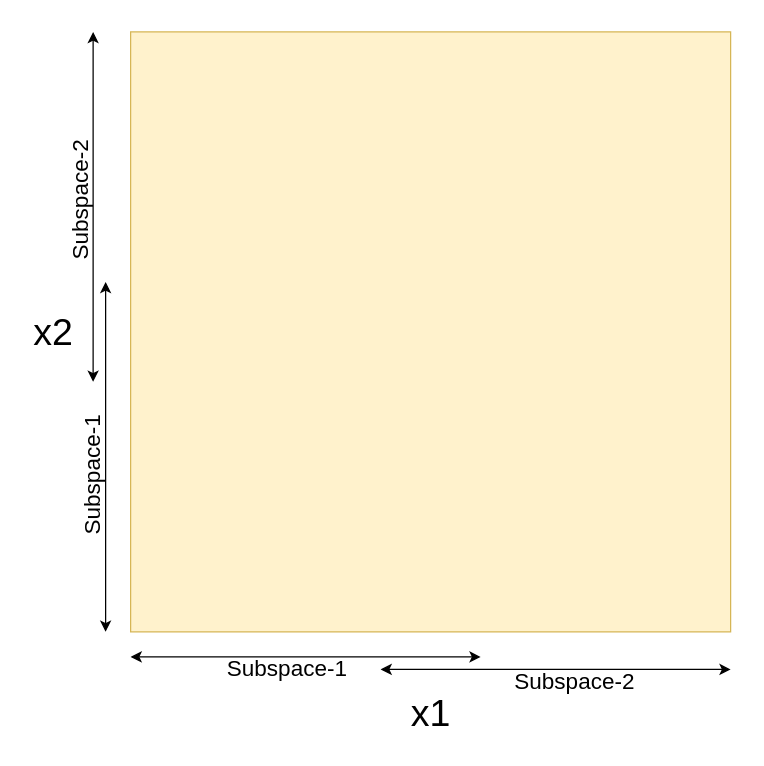
This is page "Page-1" (1 of 7) of drawings/ovr_dbo_hyperspace.drawio from ShivaprasadNadagoudr/distributed-safe-bo, a draw.io file, before an edit. Source tidied: cells renumbered, new cells numbered last; positions are measured from the earlier drawing's top-left corner, leaving out a move shared by most shapes. Both pictures are drawn from the tidied source at 125%, with x=0, y=0 at pixel (5, 31).
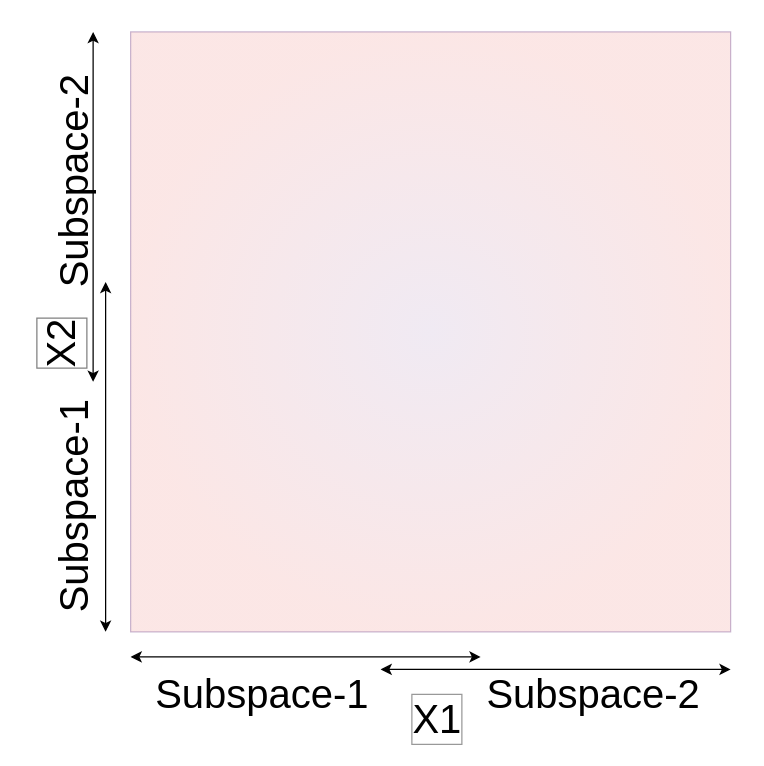
Above is the later version.

What changed in the source:
```diff
@@
 <mxGraphModel>
   <root>
     <mxCell id="0" />
     <mxCell id="1" parent="0" />
-    <mxCell id="2" style="whiteSpace=wrap;html=1;fillColor=#fff2cc;strokeColor=#d6b656;" parent="1" vertex="1">
+    <mxCell id="2" style="whiteSpace=wrap;html=1;fillColor=#e1d5e7;strokeColor=#9673a6;gradientColor=#F8CECC;gradientDirection=radial;opacity=50;" parent="1" vertex="1">
       <mxGeometry x="100" width="480" height="480" as="geometry" />
     </mxCell>
-    <mxCell id="3" value="&lt;font style=&quot;font-size: 30px&quot;&gt;x1&lt;/font&gt;" style="text;html=1;align=center;verticalAlign=middle;strokeColor=none;fillColor=none;" parent="1" vertex="1">
-      <mxGeometry x="315" y="530" width="50" height="30" as="geometry" />
-    </mxCell>
-    <mxCell id="4" value="&lt;font style=&quot;font-size: 30px&quot;&gt;x2&lt;/font&gt;" style="text;html=1;align=center;verticalAlign=middle;strokeColor=none;fillColor=none;" parent="1" vertex="1">
-      <mxGeometry x="13" y="225" width="50" height="30" as="geometry" />
-    </mxCell>
-    <mxCell id="5" style="endArrow=classic;startArrow=classic;html=1;rounded=0;fontSize=30;" parent="1" edge="1">
+    <mxCell id="5" style="endArrow=classic;startArrow=classic;html=1;rounded=0;fontSize=50;" parent="1" edge="1">
       <mxGeometry relative="1" as="geometry">
         <mxPoint x="70" as="sourcePoint" />
         <mxPoint x="70" y="280" as="targetPoint" />
       </mxGeometry>
     </mxCell>
     <mxCell id="6" style="endArrow=classic;startArrow=classic;html=1;rounded=0;fontSize=30;" parent="1" edge="1">
       <mxGeometry relative="1" as="geometry">
         <mxPoint x="300" y="510" as="sourcePoint" />
         <mxPoint x="580" y="510" as="targetPoint" />
       </mxGeometry>
     </mxCell>
-    <mxCell id="7" style="endArrow=classic;startArrow=classic;html=1;rounded=0;fontSize=30;" parent="1" edge="1">
+    <mxCell id="7" style="endArrow=classic;startArrow=classic;html=1;rounded=0;fontSize=50;labelBorderColor=none;" parent="1" edge="1">
       <mxGeometry relative="1" as="geometry">
         <mxPoint x="80" y="200" as="sourcePoint" />
         <mxPoint x="80" y="480" as="targetPoint" />
       </mxGeometry>
     </mxCell>
     <mxCell id="8" style="endArrow=classic;startArrow=classic;html=1;rounded=0;fontSize=30;" parent="1" edge="1">
       <mxGeometry relative="1" as="geometry">
         <mxPoint x="100" y="500" as="sourcePoint" />
         <mxPoint x="380" y="500" as="targetPoint" />
       </mxGeometry>
     </mxCell>
-    <mxCell id="9" value="&lt;font style=&quot;font-size: 18px&quot;&gt;Subspace-1&lt;/font&gt;" style="text;html=1;align=center;verticalAlign=middle;strokeColor=none;fillColor=none;fontSize=30;" parent="1" vertex="1">
-      <mxGeometry x="170" y="480" width="110" height="50" as="geometry" />
-    </mxCell>
-    <mxCell id="10" value="&lt;font style=&quot;font-size: 18px&quot;&gt;Subspace-2&lt;/font&gt;" style="text;html=1;align=center;verticalAlign=middle;strokeColor=none;fillColor=none;fontSize=30;" parent="1" vertex="1">
-      <mxGeometry x="400" y="490" width="110" height="50" as="geometry" />
-    </mxCell>
-    <mxCell id="11" value="&lt;font style=&quot;font-size: 18px&quot;&gt;Subspace-1&lt;/font&gt;" style="text;html=1;align=center;verticalAlign=middle;strokeColor=none;fillColor=none;fontSize=30;rotation=270;" parent="1" vertex="1">
-      <mxGeometry x="10" y="330" width="110" height="50" as="geometry" />
-    </mxCell>
-    <mxCell id="12" value="&lt;font style=&quot;font-size: 18px&quot;&gt;Subspace-2&lt;/font&gt;" style="text;html=1;align=center;verticalAlign=middle;strokeColor=none;fillColor=none;fontSize=30;rotation=270;" parent="1" vertex="1">
-      <mxGeometry y="110" width="110" height="50" as="geometry" />
-    </mxCell>
+    <mxCell id="13" value="&lt;font style=&quot;font-size: 32px;&quot;&gt;X1&lt;/font&gt;" style="text;html=1;align=center;verticalAlign=middle;strokeColor=none;fillColor=none;fontSize=32;labelBackgroundColor=none;labelBorderColor=#999999;" parent="1" vertex="1">
+      <mxGeometry x="320" y="530" width="50" height="40" as="geometry" />
+    </mxCell>
+    <mxCell id="14" value="&lt;font style=&quot;font-size: 32px;&quot;&gt;X2&lt;/font&gt;" style="text;html=1;align=center;verticalAlign=middle;strokeColor=none;fillColor=none;labelBackgroundColor=none;rotation=270;labelBorderColor=#808080;" parent="1" vertex="1">
+      <mxGeometry x="20" y="235" width="50" height="30" as="geometry" />
+    </mxCell>
+    <mxCell id="15" value="&lt;font style=&quot;font-size: 32px;&quot;&gt;Subspace-1&lt;/font&gt;" style="text;html=1;align=center;verticalAlign=middle;strokeColor=none;fillColor=none;fontSize=32;" parent="1" vertex="1">
+      <mxGeometry x="110" y="510" width="190" height="40" as="geometry" />
+    </mxCell>
+    <mxCell id="16" value="&lt;font style=&quot;font-size: 32px;&quot;&gt;Subspace-2&lt;/font&gt;" style="text;html=1;align=center;verticalAlign=middle;strokeColor=none;fillColor=none;fontSize=32;" parent="1" vertex="1">
+      <mxGeometry x="375" y="510" width="190" height="40" as="geometry" />
+    </mxCell>
+    <mxCell id="17" value="&lt;font style=&quot;font-size: 32px;&quot;&gt;Subspace-1&lt;/font&gt;" style="text;html=1;align=center;verticalAlign=middle;strokeColor=none;fillColor=none;fontSize=32;rotation=270;" parent="1" vertex="1">
+      <mxGeometry x="-40" y="360" width="190" height="40" as="geometry" />
+    </mxCell>
+    <mxCell id="18" value="&lt;font style=&quot;font-size: 32px;&quot;&gt;Subspace-2&lt;/font&gt;" style="text;html=1;align=center;verticalAlign=middle;strokeColor=none;fillColor=none;fontSize=32;rotation=270;" parent="1" vertex="1">
+      <mxGeometry x="-40" y="100" width="190" height="40" as="geometry" />
+    </mxCell>
   </root>
 </mxGraphModel>
```
